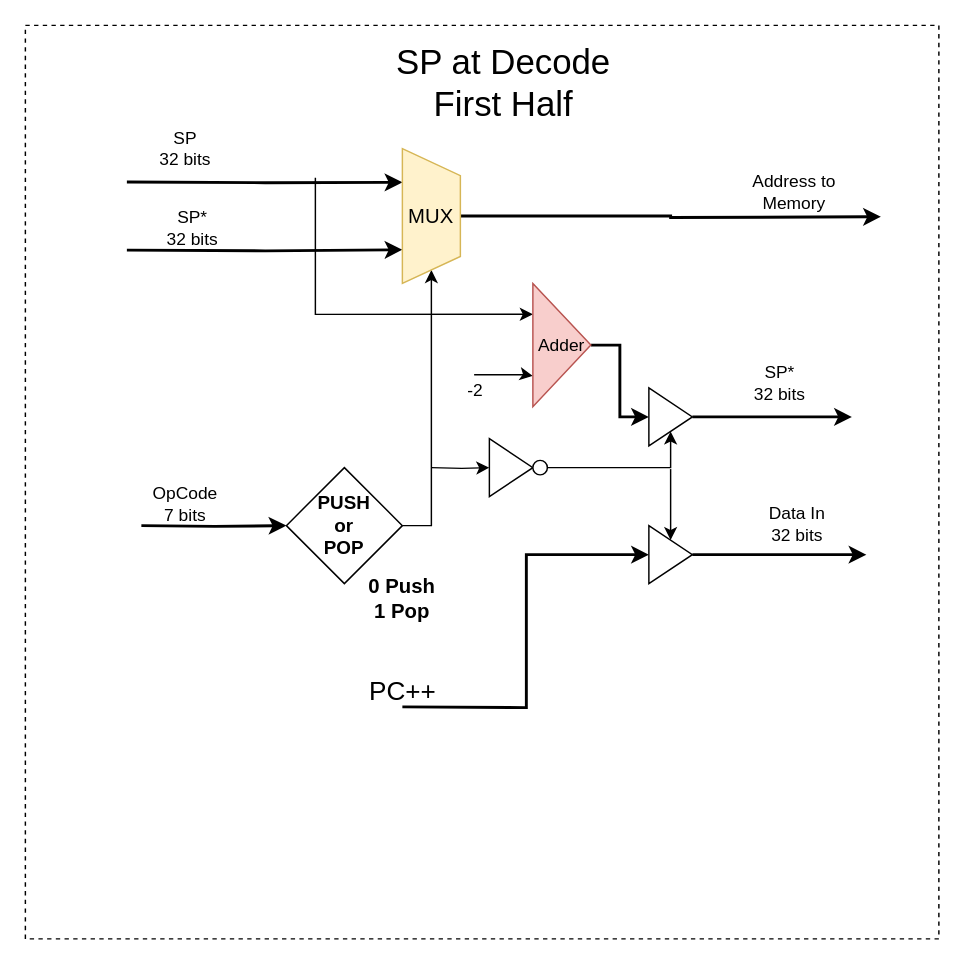
This is docs/Designs/SPU at 1st half of Decode.drawio from mido3ds/pipeline-risc-cpu, a draw.io file, before an edit. Source tidied: cells renumbered, new cells numbered last; positions are measured from the earlier drawing's top-left corner, leaving out a move shared by most shapes. Both pictures are drawn from the tidied source at 145%, with x=0, y=0 at pixel (25, 25).
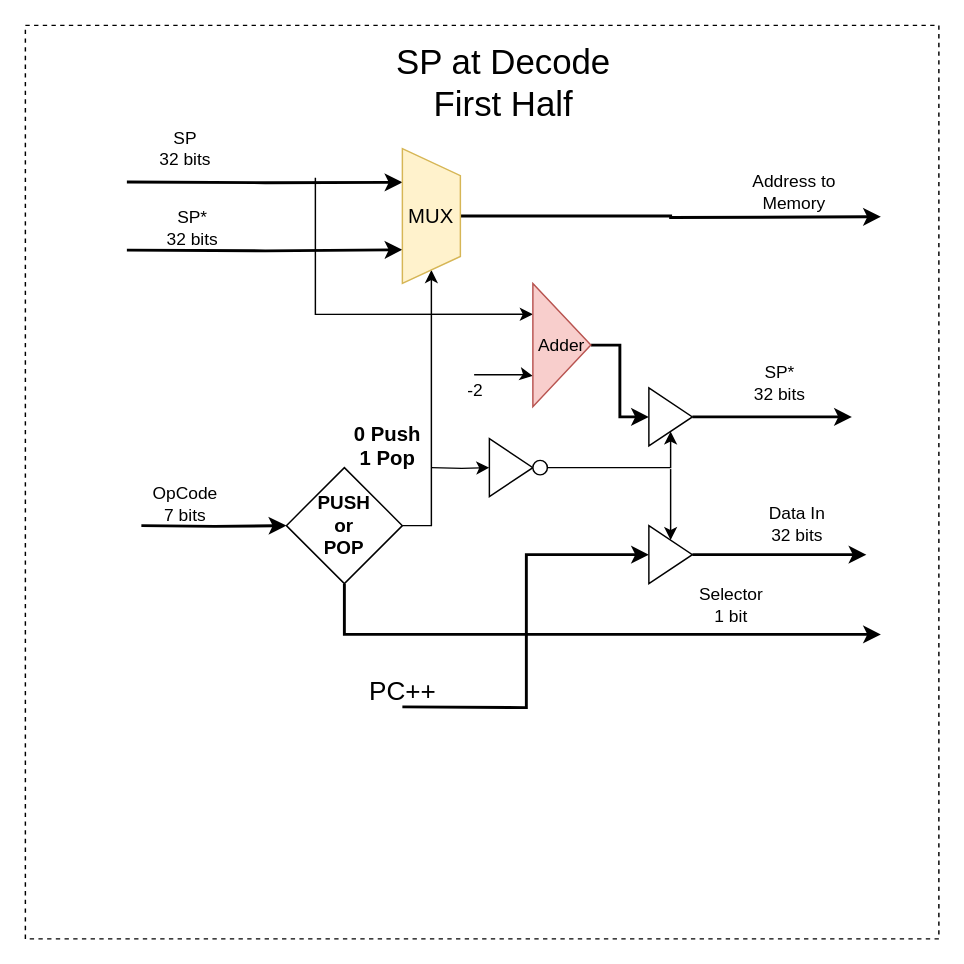
The same diagram, later.

Unchanged cells that the change refers to:
```xml
<mxCell id="6" value="&lt;b style=&quot;font-size: 13px&quot;&gt;PUSH&lt;br&gt;or&lt;br&gt;POP&lt;/b&gt;" style="rhombus;whiteSpace=wrap;html=1;" parent="1" vertex="1">
  <mxGeometry x="180" y="305" width="80" height="80" as="geometry" />
</mxCell>
```

Diff of the diagram source:
```diff
@@
+    <mxCell id="34" style="edgeStyle=orthogonalEdgeStyle;rounded=0;jettySize=auto;html=1;strokeWidth=2;" parent="1" edge="1" source="6">
+      <mxGeometry relative="1" as="geometry">
+        <mxPoint x="590" y="420" as="targetPoint" />
+        <Array as="points">
+          <mxPoint x="220" y="420" />
+        </Array>
+      </mxGeometry>
+    </mxCell>
@@
     <mxCell id="15" value="&lt;font style=&quot;font-size: 14px&quot;&gt;&lt;b&gt;0 Push&lt;br&gt;1 Pop&lt;/b&gt;&lt;/font&gt;" style="text;html=1;strokeColor=none;fillColor=none;align=center;verticalAlign=middle;whiteSpace=wrap;rounded=0;" parent="1" vertex="1">
-      <mxGeometry x="230" y="385" width="60" height="20" as="geometry" />
+      <mxGeometry x="220" y="280" width="60" height="20" as="geometry" />
     </mxCell>
@@
+    <mxCell id="35" value="Selector&lt;br&gt;1 bit" style="text;html=1;strokeColor=none;fillColor=none;align=center;verticalAlign=middle;whiteSpace=wrap;rounded=0;" parent="1" vertex="1">
+      <mxGeometry x="467" y="390" width="40" height="20" as="geometry" />
+    </mxCell>
```
